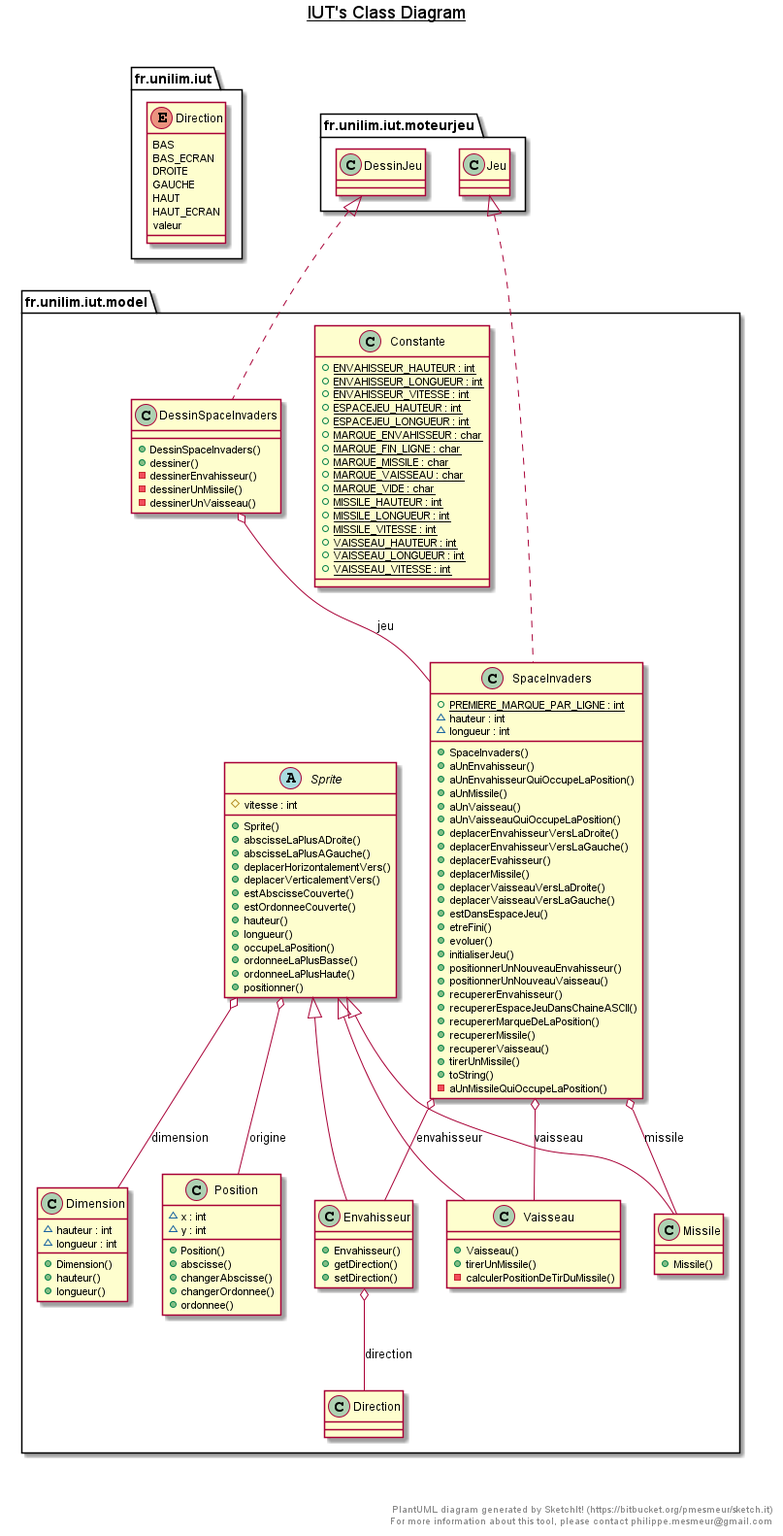
Above: img/spaceinvaderVacF5.png in Benjamin-Pelaudeix/spaceinvader (PlantUML), before the change.
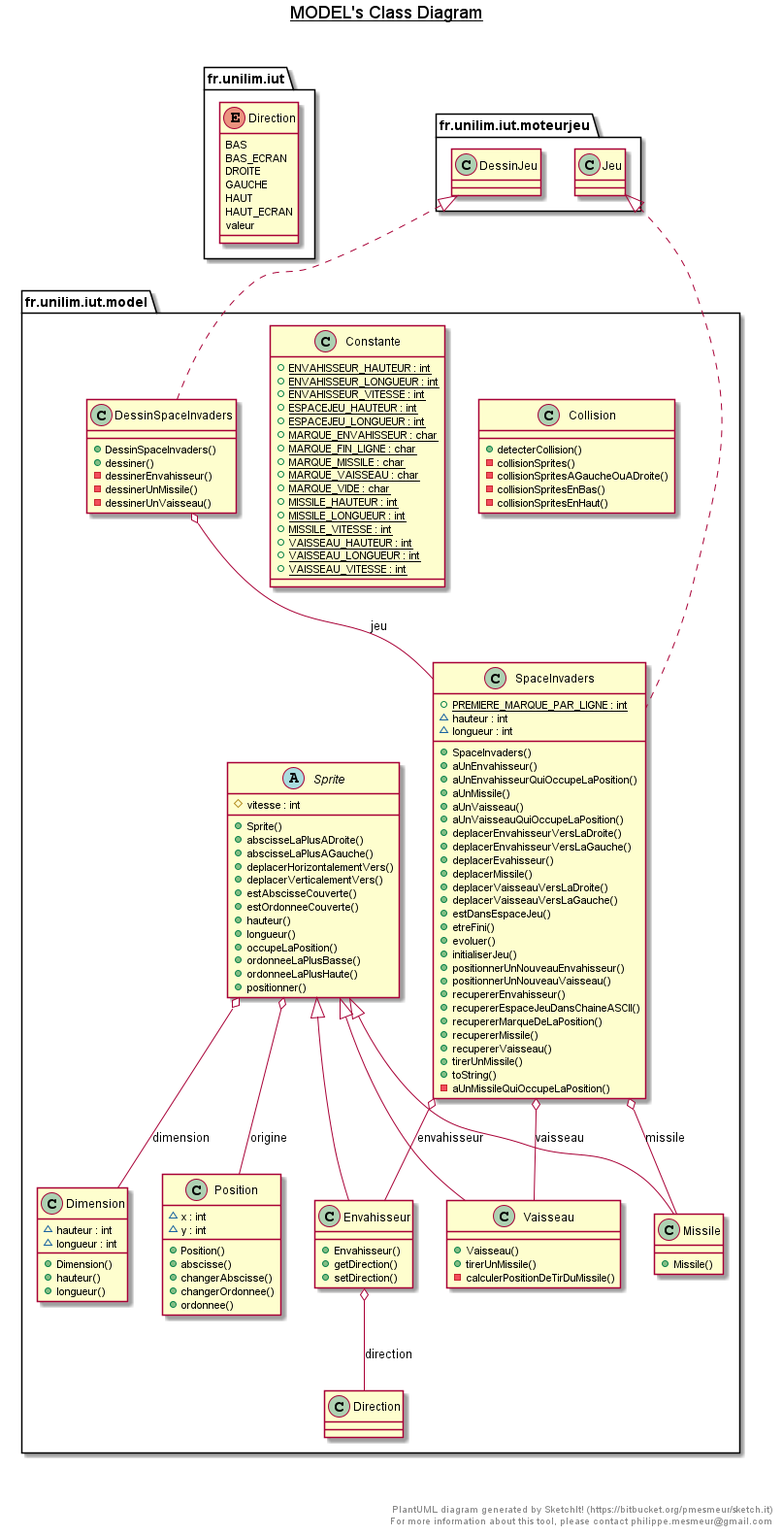
The same diagram one commit later.

Commit message:
Ajout diagramme + nuage mot F6

The edit, as a diff of the source:
```diff
@@ -1,171 +1,190 @@
 @startuml
 
-title __IUT's Class Diagram__\n
+title __MODEL's Class Diagram__\n
 
-   namespace fr.unilim.iut {
-       class fr.unilim.iut.model.Constante {
-           {static} + ENVAHISSEUR_HAUTEUR : int
-           {static} + ENVAHISSEUR_LONGUEUR : int
-           {static} + ENVAHISSEUR_VITESSE : int
-           {static} + ESPACEJEU_HAUTEUR : int
-           {static} + ESPACEJEU_LONGUEUR : int
-           {static} + MARQUE_ENVAHISSEUR : char
-           {static} + MARQUE_FIN_LIGNE : char
-           {static} + MARQUE_MISSILE : char
-           {static} + MARQUE_VAISSEAU : char
-           {static} + MARQUE_VIDE : char
-           {static} + MISSILE_HAUTEUR : int
-           {static} + MISSILE_LONGUEUR : int
-           {static} + MISSILE_VITESSE : int
-           {static} + VAISSEAU_HAUTEUR : int
-           {static} + VAISSEAU_LONGUEUR : int
-           {static} + VAISSEAU_VITESSE : int
-       }
-   }
-
-
-   namespace fr.unilim.iut {
-       class fr.unilim.iut.model.DessinSpaceInvaders {
-           + DessinSpaceInvaders()
-           + dessiner()
-           - dessinerEnvahisseur()
-           - dessinerUnMissile()
-           - dessinerUnVaisseau()
-       }
-   }
-
-
-   namespace fr.unilim.iut {
-       class fr.unilim.iut.model.Dimension {
-           ~ hauteur : int
-           ~ longueur : int
-           + Dimension()
-           + hauteur()
-           + longueur()
-       }
-   }
-
-
-   namespace fr.unilim.iut {
-       enum Direction {
-         BAS
-         BAS_ECRAN
-         DROITE
-         GAUCHE
-         HAUT
-         HAUT_ECRAN
-         valeur
-       }
-   }
-
-
-   namespace fr.unilim.iut {
-       class fr.unilim.iut.model.Envahisseur {
-           + Envahisseur()
-           + getDirection()
-           + setDirection()
-       }
+  namespace fr.unilim.iut {
+      class fr.unilim.iut.model.Collision {
+          + detecterCollision()
+          - collisionSprites()
+          - collisionSpritesAGaucheOuADroite()
+          - collisionSpritesEnBas()
+          - collisionSpritesEnHaut()
+      }
     }
 
 
-   namespace fr.unilim.iut {
-       class fr.unilim.iut.model.Missile {
-           + Missile()
-       }
-   }
+
+  namespace fr.unilim.iut {
+      class fr.unilim.iut.model.Constante {
+          {static} + ENVAHISSEUR_HAUTEUR : int
+          {static} + ENVAHISSEUR_LONGUEUR : int
+          {static} + ENVAHISSEUR_VITESSE : int
+          {static} + ESPACEJEU_HAUTEUR : int
+          {static} + ESPACEJEU_LONGUEUR : int
+          {static} + MARQUE_ENVAHISSEUR : char
+          {static} + MARQUE_FIN_LIGNE : char
+          {static} + MARQUE_MISSILE : char
+          {static} + MARQUE_VAISSEAU : char
+          {static} + MARQUE_VIDE : char
+          {static} + MISSILE_HAUTEUR : int
+          {static} + MISSILE_LONGUEUR : int
+          {static} + MISSILE_VITESSE : int
+          {static} + VAISSEAU_HAUTEUR : int
+          {static} + VAISSEAU_LONGUEUR : int
+          {static} + VAISSEAU_VITESSE : int
+      }
+    }
 
 
-   namespace fr.unilim.iut {
-       class fr.unilim.iut.model.Position {
-           ~ x : int
-           ~ y : int
-           + Position()
-           + abscisse()
-           + changerAbscisse()
-           + changerOrdonnee()
-           + ordonnee()
-       }
-   }
+
+  namespace fr.unilim.iut {
+      class fr.unilim.iut.model.DessinSpaceInvaders {
+          + DessinSpaceInvaders()
+          + dessiner()
+          - dessinerEnvahisseur()
+          - dessinerUnMissile()
+          - dessinerUnVaisseau()
+      }
+    }
 
 
-   namespace fr.unilim.iut {
-       class fr.unilim.iut.model.SpaceInvaders {
-           {static} + PREMIERE_MARQUE_PAR_LIGNE : int
-           ~ hauteur : int
-           ~ longueur : int
-           + SpaceInvaders()
-           + aUnEnvahisseur()
-           + aUnEnvahisseurQuiOccupeLaPosition()
-           + aUnMissile()
-           + aUnVaisseau()
-           + aUnVaisseauQuiOccupeLaPosition()
-           + deplacerEnvahisseurVersLaDroite()
-           + deplacerEnvahisseurVersLaGauche()
-           + deplacerEvahisseur()
-           + deplacerMissile()
-           + deplacerVaisseauVersLaDroite()
-           + deplacerVaisseauVersLaGauche()
-           + estDansEspaceJeu()
-           + etreFini()
-           + evoluer()
-           + initialiserJeu()
-           + positionnerUnNouveauEnvahisseur()
-           + positionnerUnNouveauVaisseau()
-           + recupererEnvahisseur()
-           + recupererEspaceJeuDansChaineASCII()
-           + recupererMarqueDeLaPosition()
-           + recupererMissile()
-           + recupererVaisseau()
-           + tirerUnMissile()
-           + toString()
-           - aUnMissileQuiOccupeLaPosition()
-       }
-   }
+
+  namespace fr.unilim.iut {
+      class fr.unilim.iut.model.Dimension {
+          ~ hauteur : int
+          ~ longueur : int
+          + Dimension()
+          + hauteur()
+          + longueur()
+      }
+    }
 
 
-   namespace fr.unilim.iut {
-       abstract class fr.unilim.iut.model.Sprite {
-           # vitesse : int
-           + Sprite()
-           + abscisseLaPlusADroite()
-           + abscisseLaPlusAGauche()
-           + deplacerHorizontalementVers()
-           + deplacerVerticalementVers()
-           + estAbscisseCouverte()
-           + estOrdonneeCouverte()
-           + hauteur()
-           + longueur()
-           + occupeLaPosition()
-           + ordonneeLaPlusBasse()
-           + ordonneeLaPlusHaute()
-           + positionner()
-       }
-   }
+
+  namespace fr.unilim.iut {
+      enum Direction {
+        BAS
+        BAS_ECRAN
+        DROITE
+        GAUCHE
+        HAUT
+        HAUT_ECRAN
+        valeur
+      }
+    }
 
 
-   namespace fr.unilim.iut {
-       class fr.unilim.iut.model.Vaisseau {
-           + Vaisseau()
-           + tirerUnMissile()
-           - calculerPositionDeTirDuMissile()
-       }
-   }
+
+  namespace fr.unilim.iut {
+      class fr.unilim.iut.model.Envahisseur {
+          + Envahisseur()
+          + getDirection()
+          + setDirection()
+      }
+    }
 
 
-   fr.unilim.iut.model.DessinSpaceInvaders .up.|> fr.unilim.iut.moteurjeu.DessinJeu
-   fr.unilim.iut.model.DessinSpaceInvaders o-- fr.unilim.iut.model.SpaceInvaders : jeu
-   fr.unilim.iut.model.Envahisseur -up-|> fr.unilim.iut.model.Sprite
-   fr.unilim.iut.model.Envahisseur o-- fr.unilim.iut.model.Direction : direction
-   fr.unilim.iut.model.Missile -up-|> fr.unilim.iut.model.Sprite
-   fr.unilim.iut.model.SpaceInvaders .up.|> fr.unilim.iut.moteurjeu.Jeu
-   fr.unilim.iut.model.SpaceInvaders o-- fr.unilim.iut.model.Envahisseur : envahisseur
-   fr.unilim.iut.model.SpaceInvaders o-- fr.unilim.iut.model.Missile : missile
-   fr.unilim.iut.model.SpaceInvaders o-- fr.unilim.iut.model.Vaisseau : vaisseau
-   fr.unilim.iut.model.Sprite o-- fr.unilim.iut.model.Dimension : dimension
-   fr.unilim.iut.model.Sprite o-- fr.unilim.iut.model.Position : origine
-   fr.unilim.iut.model.Vaisseau -up-|> fr.unilim.iut.model.Sprite
+
+  namespace fr.unilim.iut {
+      class fr.unilim.iut.model.Missile {
+          + Missile()
+      }
+    }
 
 
+
+  namespace fr.unilim.iut {
+      class fr.unilim.iut.model.Position {
+          ~ x : int
+          ~ y : int
+          + Position()
+          + abscisse()
+          + changerAbscisse()
+          + changerOrdonnee()
+          + ordonnee()
+      }
+  }
+
+
+  namespace fr.unilim.iut {
+      class fr.unilim.iut.model.SpaceInvaders {
+          {static} + PREMIERE_MARQUE_PAR_LIGNE : int
+          ~ hauteur : int
+          ~ longueur : int
+          + SpaceInvaders()
+          + aUnEnvahisseur()
+          + aUnEnvahisseurQuiOccupeLaPosition()
+          + aUnMissile()
+          + aUnVaisseau()
+          + aUnVaisseauQuiOccupeLaPosition()
+          + deplacerEnvahisseurVersLaDroite()
+          + deplacerEnvahisseurVersLaGauche()
+          + deplacerEvahisseur()
+          + deplacerMissile()
+          + deplacerVaisseauVersLaDroite()
+          + deplacerVaisseauVersLaGauche()
+          + estDansEspaceJeu()
+          + etreFini()
+          + evoluer()
+          + initialiserJeu()
+          + positionnerUnNouveauEnvahisseur()
+          + positionnerUnNouveauVaisseau()
+          + recupererEnvahisseur()
+          + recupererEspaceJeuDansChaineASCII()
+          + recupererMarqueDeLaPosition()
+          + recupererMissile()
+          + recupererVaisseau()
+          + tirerUnMissile()
+          + toString()
+          - aUnMissileQuiOccupeLaPosition()
+      }
+
+  }
+
+
+  namespace fr.unilim.iut {
+      abstract class fr.unilim.iut.model.Sprite {
+          # vitesse : int
+          + Sprite()
+          + abscisseLaPlusADroite()
+          + abscisseLaPlusAGauche()
+          + deplacerHorizontalementVers()
+          + deplacerVerticalementVers()
+          + estAbscisseCouverte()
+          + estOrdonneeCouverte()
+          + hauteur()
+          + longueur()
+          + occupeLaPosition()
+          + ordonneeLaPlusBasse()
+          + ordonneeLaPlusHaute()
+          + positionner()
+      }
+
+  }
+
+
+  namespace fr.unilim.iut {
+      class fr.unilim.iut.model.Vaisseau {
+          + Vaisseau()
+          + tirerUnMissile()
+          - calculerPositionDeTirDuMissile()
+      }
+
+  }
+
+
+  fr.unilim.iut.model.DessinSpaceInvaders .up.|> fr.unilim.iut.moteurjeu.DessinJeu
+  fr.unilim.iut.model.DessinSpaceInvaders o-- fr.unilim.iut.model.SpaceInvaders : jeu
+  fr.unilim.iut.model.Envahisseur -up-|> fr.unilim.iut.model.Sprite
+  fr.unilim.iut.model.Envahisseur o-- fr.unilim.iut.model.Direction : direction
+  fr.unilim.iut.model.Missile -up-|> fr.unilim.iut.model.Sprite
+  fr.unilim.iut.model.SpaceInvaders .up.|> fr.unilim.iut.moteurjeu.Jeu
+  fr.unilim.iut.model.SpaceInvaders o-- fr.unilim.iut.model.Envahisseur : envahisseur
+  fr.unilim.iut.model.SpaceInvaders o-- fr.unilim.iut.model.Missile : missile
+  fr.unilim.iut.model.SpaceInvaders o-- fr.unilim.iut.model.Vaisseau : vaisseau
+  fr.unilim.iut.model.Sprite o-- fr.unilim.iut.model.Dimension : dimension
+  fr.unilim.iut.model.Sprite o-- fr.unilim.iut.model.Position : origine
+  fr.unilim.iut.model.Vaisseau -up-|> fr.unilim.iut.model.Sprite
 
 
 right footer
```
